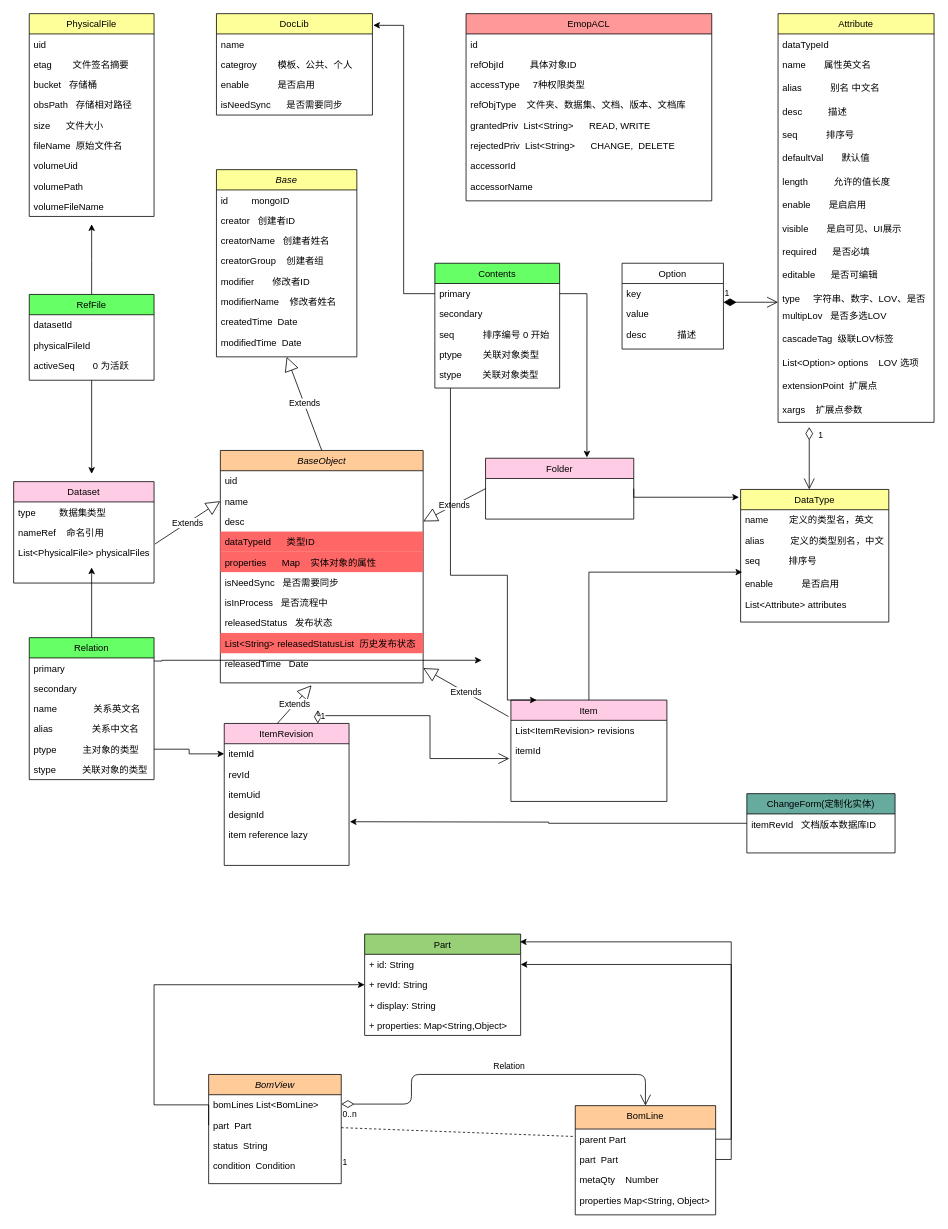
lvmq/emop keeps this draw.io diagram as design collaboration.drawio. Above is the earlier version. Source tidied: cells renumbered, new cells numbered last; positions are measured from the earlier drawing's top-left corner, leaving out a move shared by most shapes. Both pictures are drawn from the tidied source at 78%, with x=0, y=0 at pixel (13, 13).
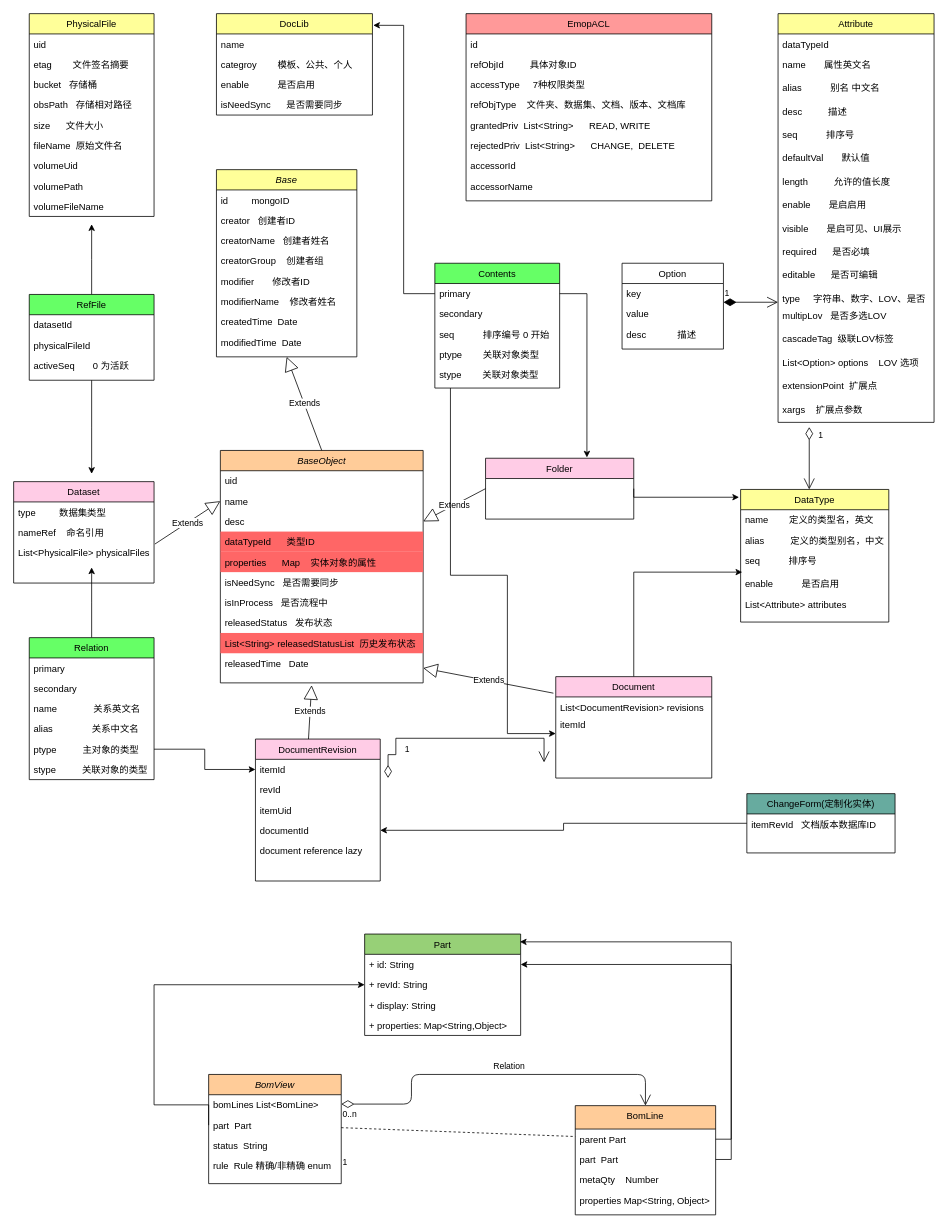
The same page after the edit.

The change refers to these unchanged cells:
```xml
<mxCell id="124" value="ChangeForm(定制化实体)" style="swimlane;fontStyle=0;align=center;verticalAlign=top;horizontal=1;startSize=26;rounded=0;shadow=0;strokeWidth=1;fillColor=#67AB9F;" parent="1" vertex="1">
  <mxGeometry x="940" y="1000" width="190" height="76" as="geometry" />
</mxCell>
<mxCell id="131" value="BomView" style="swimlane;fontStyle=2;align=center;verticalAlign=top;horizontal=1;startSize=26;rounded=0;shadow=0;strokeWidth=1;fillColor=#FFCC99;" parent="1" vertex="1">
  <mxGeometry x="250" y="1360" width="170" height="140" as="geometry" />
</mxCell>
```

The edit, as a diff of the source:
```diff
@@
-    <mxCell id="19" value="Item" style="swimlane;fontStyle=0;align=center;verticalAlign=top;horizontal=1;startSize=26;rounded=0;shadow=0;strokeWidth=1;fillColor=#FFCCE6;" parent="1" vertex="1">
-      <mxGeometry x="637.5" y="880" width="200" height="130" as="geometry" />
+    <mxCell id="19" value="Document" style="swimlane;fontStyle=0;align=center;verticalAlign=top;horizontal=1;startSize=26;rounded=0;shadow=0;strokeWidth=1;fillColor=#FFCCE6;" parent="1" vertex="1">
+      <mxGeometry x="695" y="850" width="200" height="130" as="geometry" />
     </mxCell>
-    <mxCell id="20" value="List&lt;ItemRevision&gt; revisions" style="text;align=left;verticalAlign=top;spacingLeft=4;spacingRight=4;overflow=hidden;" parent="19" vertex="1">
-      <mxGeometry y="26" width="200" height="26" as="geometry" />
+    <mxCell id="20" value="List&lt;DocumentRevision&gt; revisions" style="text;align=left;verticalAlign=top;spacingLeft=4;spacingRight=4;overflow=hidden;" parent="19" vertex="1">
+      <mxGeometry y="26" width="200" height="22" as="geometry" />
     </mxCell>
     <mxCell id="21" value="itemId            " style="text;align=left;verticalAlign=top;spacingLeft=4;spacingRight=4;overflow=hidden;points=[[0,0.5],[1,0.5]];portConstraint=eastwest;" parent="19" vertex="1">
-      <mxGeometry y="52" width="200" height="26" as="geometry" />
+      <mxGeometry y="48" width="200" height="26" as="geometry" />
     </mxCell>
-    <mxCell id="22" value="ItemRevision" style="swimlane;fontStyle=0;align=center;verticalAlign=top;horizontal=1;startSize=26;rounded=0;shadow=0;strokeWidth=1;fillColor=#FFCCE6;" parent="1" vertex="1">
-      <mxGeometry x="270" y="910" width="160" height="182" as="geometry" />
+    <mxCell id="22" value="DocumentRevision" style="swimlane;fontStyle=0;align=center;verticalAlign=top;horizontal=1;startSize=26;rounded=0;shadow=0;strokeWidth=1;fillColor=#FFCCE6;" parent="1" vertex="1">
+      <mxGeometry x="310" y="930" width="160" height="182" as="geometry" />
     </mxCell>
@@
-    <mxCell id="26" value="designId     " style="text;align=left;verticalAlign=top;spacingLeft=4;spacingRight=4;overflow=hidden;points=[[0,0.5],[1,0.5]];portConstraint=eastwest;" parent="22" vertex="1">
+    <mxCell id="26" value="documentId" style="text;align=left;verticalAlign=top;spacingLeft=4;spacingRight=4;overflow=hidden;points=[[0,0.5],[1,0.5]];portConstraint=eastwest;" parent="22" vertex="1">
       <mxGeometry y="104" width="160" height="26" as="geometry" />
     </mxCell>
-    <mxCell id="27" value="item reference lazy     " style="text;align=left;verticalAlign=top;spacingLeft=4;spacingRight=4;overflow=hidden;" parent="22" vertex="1">
+    <mxCell id="27" value="document reference lazy     " style="text;align=left;verticalAlign=top;spacingLeft=4;spacingRight=4;overflow=hidden;" parent="22" vertex="1">
       <mxGeometry y="130" width="160" height="26" as="geometry" />
     </mxCell>
@@
-    <mxCell id="80" value="1" style="endArrow=open;html=1;endSize=12;startArrow=diamondThin;startSize=14;startFill=0;edgeStyle=orthogonalEdgeStyle;align=left;verticalAlign=bottom;rounded=0;exitX=0.75;exitY=0;exitDx=0;exitDy=0;entryX=-0.01;entryY=0.885;entryDx=0;entryDy=0;entryPerimeter=0;" parent="1" edge="1" source="22" target="21">
-      <mxGeometry x="-0.92" y="-10" relative="1" as="geometry" />
+    <mxCell id="80" value="1" style="endArrow=open;html=1;endSize=12;startArrow=diamondThin;startSize=14;startFill=0;edgeStyle=orthogonalEdgeStyle;align=left;verticalAlign=bottom;rounded=0;" parent="1" edge="1">
+      <mxGeometry x="-0.8" y="-20" relative="1" as="geometry">
+        <mxPoint x="480" y="980" as="sourcePoint" />
+        <mxPoint x="680" y="960" as="targetPoint" />
+        <Array as="points">
+          <mxPoint x="490" y="950" />
+          <mxPoint x="490" y="929" />
+        </Array>
+      </mxGeometry>
     </mxCell>
@@
-    <mxCell id="119" style="edgeStyle=orthogonalEdgeStyle;rounded=0;orthogonalLoop=1;jettySize=auto;html=1;entryX=0;entryY=0.5;entryDx=0;entryDy=0;" parent="1" edge="1">
-      <mxGeometry relative="1" as="geometry">
-        <mxPoint x="180" y="830" as="sourcePoint" />
-        <mxPoint x="600" y="829" as="targetPoint" />
-        <Array as="points">
-          <mxPoint x="190" y="830" />
-          <mxPoint x="190" y="829" />
-        </Array>
-      </mxGeometry>
-    </mxCell>
@@
-    <mxCell id="122" style="edgeStyle=orthogonalEdgeStyle;rounded=0;jettySize=auto;html=1;entryX=0.165;entryY=0;entryDx=0;entryDy=0;entryPerimeter=0;" parent="1" edge="1" target="19">
+    <mxCell id="122" style="edgeStyle=orthogonalEdgeStyle;rounded=0;jettySize=auto;html=1;" parent="1" edge="1" target="19">
       <mxGeometry relative="1" as="geometry">
         <mxPoint x="560" y="480" as="sourcePoint" />
         <Array as="points">
           <mxPoint x="560" y="720" />
           <mxPoint x="633" y="720" />
+          <mxPoint x="633" y="923" />
         </Array>
       </mxGeometry>
     </mxCell>
-    <mxCell id="123" style="edgeStyle=orthogonalEdgeStyle;rounded=0;jettySize=auto;html=1;entryX=1.006;entryY=-0.154;entryDx=0;entryDy=0;entryPerimeter=0;" parent="1" edge="1" source="124">
-      <mxGeometry relative="1" as="geometry">
-        <mxPoint x="431" y="1036" as="targetPoint" />
-      </mxGeometry>
+    <mxCell id="123" style="edgeStyle=orthogonalEdgeStyle;rounded=0;jettySize=auto;html=1;entryX=1;entryY=0.5;entryDx=0;entryDy=0;" parent="1" edge="1" source="124" target="26">
+      <mxGeometry relative="1" as="geometry" />
     </mxCell>
@@
-    <mxCell id="135" value="condition  Condition" style="text;align=left;verticalAlign=top;spacingLeft=4;spacingRight=4;overflow=hidden;rounded=0;shadow=0;html=0;" parent="131" vertex="1">
+    <mxCell id="135" value="rule  Rule 精确/非精确 enum&#10;" style="text;align=left;verticalAlign=top;spacingLeft=4;spacingRight=4;overflow=hidden;rounded=0;shadow=0;html=0;" parent="131" vertex="1">
       <mxGeometry y="104" width="170" height="26" as="geometry" />
     </mxCell>
```
